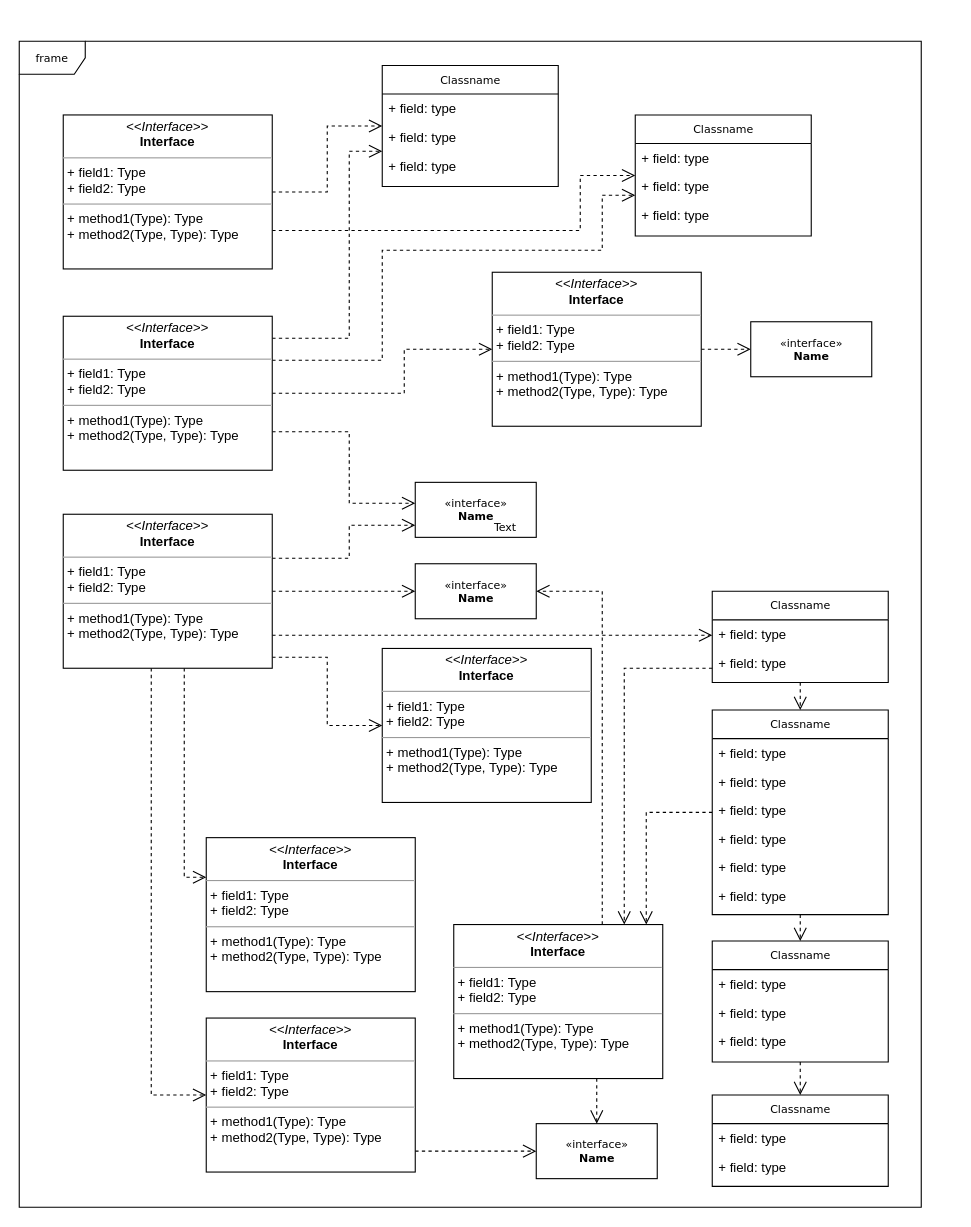
This is ResumeStorage.drawio from sasjava/basejava, a draw.io file, before an edit. Source tidied: cells renumbered, new cells numbered last; positions are measured from the earlier drawing's top-left corner, leaving out a move shared by most shapes. Both pictures are drawn from the tidied source at 110%, with x=0, y=0 at pixel (19, 41).
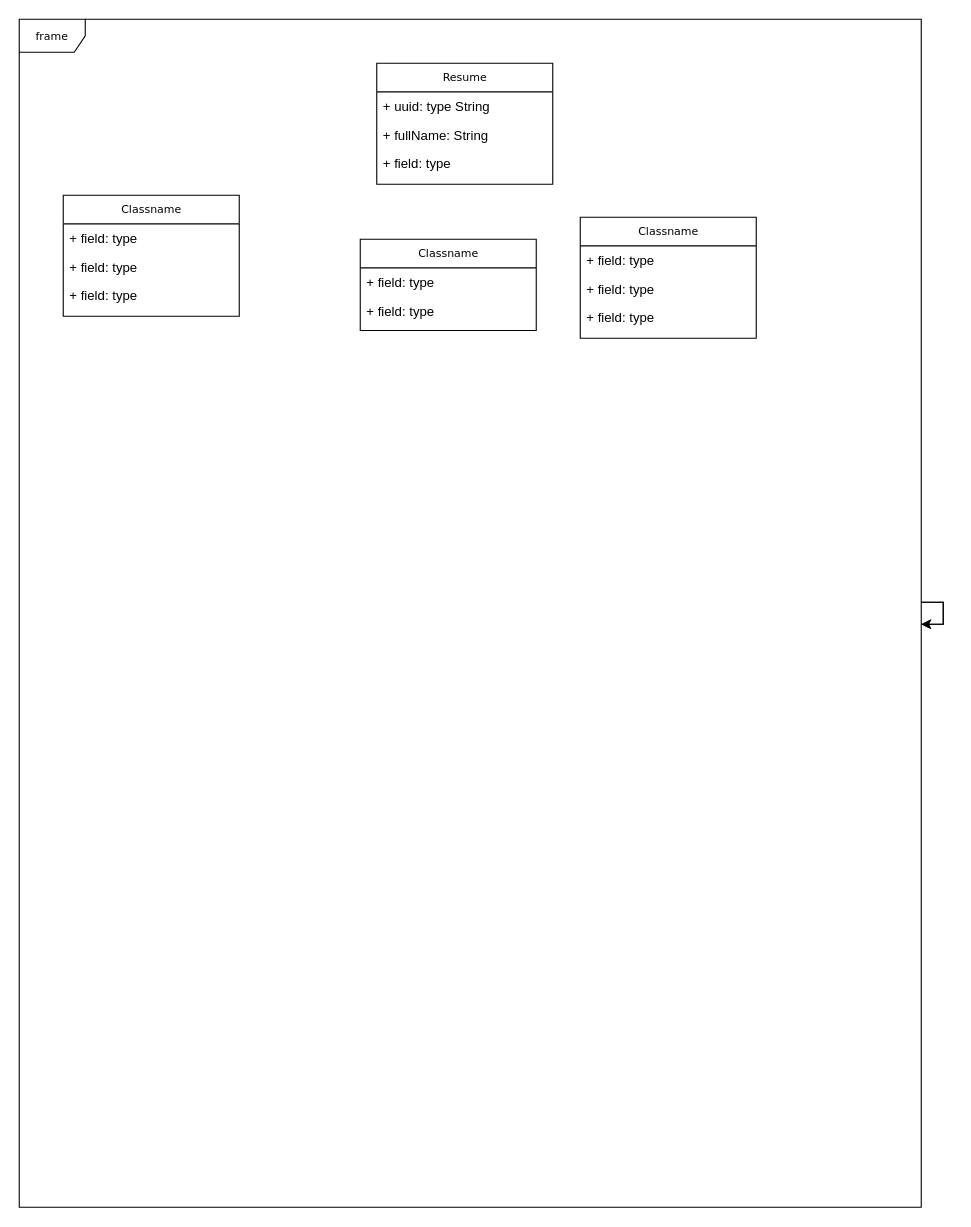
The same diagram, later.

The edit, as a diff of the source:
```diff
@@
     <mxCell id="2" value="frame" style="shape=umlFrame;whiteSpace=wrap;html=1;rounded=0;shadow=0;comic=0;labelBackgroundColor=none;strokeWidth=1;fontFamily=Verdana;fontSize=10;align=center;" parent="1" vertex="1">
-      <mxGeometry width="820" height="1060" as="geometry" />
+      <mxGeometry y="-20" width="820" height="1080" as="geometry" />
     </mxCell>
-    <mxCell id="3" style="edgeStyle=orthogonalEdgeStyle;rounded=0;html=1;dashed=1;labelBackgroundColor=none;startFill=0;endArrow=open;endFill=0;endSize=10;fontFamily=Verdana;fontSize=10;" parent="1" edge="1" source="5" target="35">
-      <mxGeometry relative="1" as="geometry">
-        <Array as="points">
-          <mxPoint x="570" y="701" />
-        </Array>
-      </mxGeometry>
-    </mxCell>
-    <mxCell id="4" style="edgeStyle=orthogonalEdgeStyle;rounded=0;html=1;dashed=1;labelBackgroundColor=none;startFill=0;endArrow=open;endFill=0;endSize=10;fontFamily=Verdana;fontSize=10;" parent="1" edge="1" source="5" target="24">
-      <mxGeometry relative="1" as="geometry" />
-    </mxCell>
-    <mxCell id="5" value="Classname" style="swimlane;html=1;fontStyle=0;horizontal=1;startSize=26;fillColor=none;swimlaneFillColor=#ffffff;rounded=0;shadow=0;comic=0;labelBackgroundColor=none;strokeWidth=1;fontFamily=Verdana;fontSize=10;align=center;" parent="1" vertex="1">
-      <mxGeometry x="630" y="608" width="160" height="186" as="geometry" />
-    </mxCell>
-    <mxCell id="6" value="+ field: type" style="text;html=1;strokeColor=none;fillColor=none;align=left;verticalAlign=top;spacingLeft=4;spacingRight=4;whiteSpace=wrap;overflow=hidden;" parent="5" vertex="1">
-      <mxGeometry y="26" width="160" height="26" as="geometry" />
-    </mxCell>
-    <mxCell id="7" value="+ field: type" style="text;html=1;strokeColor=none;fillColor=none;align=left;verticalAlign=top;spacingLeft=4;spacingRight=4;whiteSpace=wrap;overflow=hidden;" parent="5" vertex="1">
-      <mxGeometry y="52" width="160" height="26" as="geometry" />
-    </mxCell>
-    <mxCell id="8" value="+ field: type" style="text;html=1;strokeColor=none;fillColor=none;align=left;verticalAlign=top;spacingLeft=4;spacingRight=4;whiteSpace=wrap;overflow=hidden;" parent="5" vertex="1">
-      <mxGeometry y="78" width="160" height="26" as="geometry" />
-    </mxCell>
-    <mxCell id="9" value="+ field: type" style="text;html=1;strokeColor=none;fillColor=none;align=left;verticalAlign=top;spacingLeft=4;spacingRight=4;whiteSpace=wrap;overflow=hidden;" parent="5" vertex="1">
-      <mxGeometry y="104" width="160" height="26" as="geometry" />
-    </mxCell>
-    <mxCell id="10" value="+ field: type" style="text;html=1;strokeColor=none;fillColor=none;align=left;verticalAlign=top;spacingLeft=4;spacingRight=4;whiteSpace=wrap;overflow=hidden;" parent="5" vertex="1">
-      <mxGeometry y="130" width="160" height="26" as="geometry" />
-    </mxCell>
-    <mxCell id="11" value="+ field: type" style="text;html=1;strokeColor=none;fillColor=none;align=left;verticalAlign=top;spacingLeft=4;spacingRight=4;whiteSpace=wrap;overflow=hidden;" parent="5" vertex="1">
-      <mxGeometry y="156" width="160" height="26" as="geometry" />
-    </mxCell>
-    <mxCell id="12" value="Classname" style="swimlane;html=1;fontStyle=0;horizontal=1;startSize=26;fillColor=none;swimlaneFillColor=#ffffff;rounded=0;shadow=0;comic=0;labelBackgroundColor=none;strokeWidth=1;fontFamily=Verdana;fontSize=10;align=center;" parent="1" vertex="1">
-      <mxGeometry x="330" y="22" width="160" height="110" as="geometry" />
+    <mxCell id="12" value="Resume" style="swimlane;html=1;fontStyle=0;horizontal=1;startSize=26;fillColor=none;swimlaneFillColor=#ffffff;rounded=0;shadow=0;comic=0;labelBackgroundColor=none;strokeWidth=1;fontFamily=Verdana;fontSize=10;align=center;" parent="1" vertex="1">
+      <mxGeometry x="325" y="20" width="160" height="110" as="geometry" />
     </mxCell>
-    <mxCell id="13" value="+ field: type" style="text;html=1;strokeColor=none;fillColor=none;align=left;verticalAlign=top;spacingLeft=4;spacingRight=4;whiteSpace=wrap;overflow=hidden;" parent="12" vertex="1">
+    <mxCell id="13" value="+ uuid: type String" style="text;html=1;strokeColor=none;fillColor=none;align=left;verticalAlign=top;spacingLeft=4;spacingRight=4;whiteSpace=wrap;overflow=hidden;" parent="12" vertex="1">
       <mxGeometry y="26" width="160" height="26" as="geometry" />
     </mxCell>
-    <mxCell id="14" value="+ field: type" style="text;html=1;strokeColor=none;fillColor=none;align=left;verticalAlign=top;spacingLeft=4;spacingRight=4;whiteSpace=wrap;overflow=hidden;" parent="12" vertex="1">
+    <mxCell id="14" value="+ fullName: String" style="text;html=1;strokeColor=none;fillColor=none;align=left;verticalAlign=top;spacingLeft=4;spacingRight=4;whiteSpace=wrap;overflow=hidden;" parent="12" vertex="1">
       <mxGeometry y="52" width="160" height="26" as="geometry" />
     </mxCell>
@@
     <mxCell id="16" value="Classname" style="swimlane;html=1;fontStyle=0;horizontal=1;startSize=26;fillColor=none;swimlaneFillColor=#ffffff;rounded=0;shadow=0;comic=0;labelBackgroundColor=none;strokeWidth=1;fontFamily=Verdana;fontSize=10;align=center;" parent="1" vertex="1">
-      <mxGeometry x="560" y="67" width="160" height="110" as="geometry" />
+      <mxGeometry x="40" y="140" width="160" height="110" as="geometry" />
     </mxCell>
@@
-    <mxCell id="20" value="Classname" style="swimlane;html=1;fontStyle=0;horizontal=1;startSize=26;fillColor=none;swimlaneFillColor=#ffffff;rounded=0;shadow=0;comic=0;labelBackgroundColor=none;strokeWidth=1;fontFamily=Verdana;fontSize=10;align=center;" parent="1" vertex="1">
-      <mxGeometry x="630" y="958" width="160" height="83" as="geometry" />
-    </mxCell>
-    <mxCell id="21" value="+ field: type" style="text;html=1;strokeColor=none;fillColor=none;align=left;verticalAlign=top;spacingLeft=4;spacingRight=4;whiteSpace=wrap;overflow=hidden;" parent="20" vertex="1">
-      <mxGeometry y="26" width="160" height="26" as="geometry" />
-    </mxCell>
-    <mxCell id="22" value="+ field: type" style="text;html=1;strokeColor=none;fillColor=none;align=left;verticalAlign=top;spacingLeft=4;spacingRight=4;whiteSpace=wrap;overflow=hidden;" parent="20" vertex="1">
-      <mxGeometry y="52" width="160" height="26" as="geometry" />
-    </mxCell>
-    <mxCell id="23" style="edgeStyle=orthogonalEdgeStyle;rounded=0;html=1;dashed=1;labelBackgroundColor=none;startFill=0;endArrow=open;endFill=0;endSize=10;fontFamily=Verdana;fontSize=10;" parent="1" edge="1" source="24" target="20">
-      <mxGeometry relative="1" as="geometry" />
-    </mxCell>
     <mxCell id="24" value="Classname" style="swimlane;html=1;fontStyle=0;horizontal=1;startSize=26;fillColor=none;swimlaneFillColor=#ffffff;rounded=0;shadow=0;comic=0;labelBackgroundColor=none;strokeWidth=1;fontFamily=Verdana;fontSize=10;align=center;" parent="1" vertex="1">
-      <mxGeometry x="630" y="818" width="160" height="110" as="geometry" />
+      <mxGeometry x="510" y="160" width="160" height="110" as="geometry" />
     </mxCell>
@@
-    <mxCell id="28" style="edgeStyle=orthogonalEdgeStyle;rounded=0;html=1;dashed=1;labelBackgroundColor=none;startFill=0;endArrow=open;endFill=0;endSize=10;fontFamily=Verdana;fontSize=10;" parent="1" edge="1" source="29" target="5">
-      <mxGeometry relative="1" as="geometry" />
-    </mxCell>
     <mxCell id="29" value="Classname" style="swimlane;html=1;fontStyle=0;horizontal=1;startSize=26;fillColor=none;swimlaneFillColor=#ffffff;rounded=0;shadow=0;comic=0;labelBackgroundColor=none;strokeWidth=1;fontFamily=Verdana;fontSize=10;align=center;" parent="1" vertex="1">
-      <mxGeometry x="630" y="500" width="160" height="83" as="geometry" />
+      <mxGeometry x="310" y="180" width="160" height="83" as="geometry" />
     </mxCell>
@@
-    <mxCell id="32" value="&amp;laquo;interface&amp;raquo;&lt;br&gt;&lt;b&gt;Name&lt;/b&gt;" style="html=1;rounded=0;shadow=0;comic=0;labelBackgroundColor=none;strokeWidth=1;fontFamily=Verdana;fontSize=10;align=center;" parent="1" vertex="1">
-      <mxGeometry x="470" y="984" width="110" height="50" as="geometry" />
-    </mxCell>
-    <mxCell id="33" style="edgeStyle=orthogonalEdgeStyle;rounded=0;html=1;dashed=1;labelBackgroundColor=none;startFill=0;endArrow=open;endFill=0;endSize=10;fontFamily=Verdana;fontSize=10;" parent="1" edge="1" source="35" target="32">
-      <mxGeometry relative="1" as="geometry">
-        <Array as="points">
-          <mxPoint x="525" y="950" />
-          <mxPoint x="525" y="950" />
-        </Array>
-      </mxGeometry>
-    </mxCell>
-    <mxCell id="34" style="edgeStyle=orthogonalEdgeStyle;rounded=0;html=1;dashed=1;labelBackgroundColor=none;startFill=0;endArrow=open;endFill=0;endSize=10;fontFamily=Verdana;fontSize=10;" parent="1" edge="1" source="35" target="40">
-      <mxGeometry relative="1" as="geometry">
-        <Array as="points">
-          <mxPoint x="530" y="500" />
-        </Array>
-      </mxGeometry>
-    </mxCell>
-    <mxCell id="35" value="&lt;p style=&quot;margin:0px;margin-top:4px;text-align:center;&quot;&gt;&lt;i&gt;&amp;lt;&amp;lt;Interface&amp;gt;&amp;gt;&lt;/i&gt;&lt;br/&gt;&lt;b&gt;Interface&lt;/b&gt;&lt;/p&gt;&lt;hr size=&quot;1&quot;/&gt;&lt;p style=&quot;margin:0px;margin-left:4px;&quot;&gt;+ field1: Type&lt;br/&gt;+ field2: Type&lt;/p&gt;&lt;hr size=&quot;1&quot;/&gt;&lt;p style=&quot;margin:0px;margin-left:4px;&quot;&gt;+ method1(Type): Type&lt;br/&gt;+ method2(Type, Type): Type&lt;/p&gt;" style="verticalAlign=top;align=left;overflow=fill;fontSize=12;fontFamily=Helvetica;html=1;rounded=0;shadow=0;comic=0;labelBackgroundColor=none;strokeWidth=1;" parent="1" vertex="1">
-      <mxGeometry x="395" y="803" width="190" height="140" as="geometry" />
-    </mxCell>
-    <mxCell id="36" value="&lt;p style=&quot;margin:0px;margin-top:4px;text-align:center;&quot;&gt;&lt;i&gt;&amp;lt;&amp;lt;Interface&amp;gt;&amp;gt;&lt;/i&gt;&lt;br/&gt;&lt;b&gt;Interface&lt;/b&gt;&lt;/p&gt;&lt;hr size=&quot;1&quot;/&gt;&lt;p style=&quot;margin:0px;margin-left:4px;&quot;&gt;+ field1: Type&lt;br/&gt;+ field2: Type&lt;/p&gt;&lt;hr size=&quot;1&quot;/&gt;&lt;p style=&quot;margin:0px;margin-left:4px;&quot;&gt;+ method1(Type): Type&lt;br/&gt;+ method2(Type, Type): Type&lt;/p&gt;" style="verticalAlign=top;align=left;overflow=fill;fontSize=12;fontFamily=Helvetica;html=1;rounded=0;shadow=0;comic=0;labelBackgroundColor=none;strokeWidth=1;" parent="1" vertex="1">
-      <mxGeometry x="330" y="552" width="190" height="140" as="geometry" />
-    </mxCell>
-    <mxCell id="37" style="edgeStyle=orthogonalEdgeStyle;rounded=0;html=1;dashed=1;labelBackgroundColor=none;startFill=0;endArrow=open;endFill=0;endSize=10;fontFamily=Verdana;fontSize=10;" parent="1" edge="1" source="38" target="32">
-      <mxGeometry relative="1" as="geometry">
-        <Array as="points">
-          <mxPoint x="390" y="1009" />
-          <mxPoint x="390" y="1009" />
-        </Array>
-      </mxGeometry>
-    </mxCell>
-    <mxCell id="38" value="&lt;p style=&quot;margin:0px;margin-top:4px;text-align:center;&quot;&gt;&lt;i&gt;&amp;lt;&amp;lt;Interface&amp;gt;&amp;gt;&lt;/i&gt;&lt;br/&gt;&lt;b&gt;Interface&lt;/b&gt;&lt;/p&gt;&lt;hr size=&quot;1&quot;/&gt;&lt;p style=&quot;margin:0px;margin-left:4px;&quot;&gt;+ field1: Type&lt;br/&gt;+ field2: Type&lt;/p&gt;&lt;hr size=&quot;1&quot;/&gt;&lt;p style=&quot;margin:0px;margin-left:4px;&quot;&gt;+ method1(Type): Type&lt;br/&gt;+ method2(Type, Type): Type&lt;/p&gt;" style="verticalAlign=top;align=left;overflow=fill;fontSize=12;fontFamily=Helvetica;html=1;rounded=0;shadow=0;comic=0;labelBackgroundColor=none;strokeWidth=1;" parent="1" vertex="1">
-      <mxGeometry x="170" y="888" width="190" height="140" as="geometry" />
-    </mxCell>
-    <mxCell id="39" value="&lt;p style=&quot;margin:0px;margin-top:4px;text-align:center;&quot;&gt;&lt;i&gt;&amp;lt;&amp;lt;Interface&amp;gt;&amp;gt;&lt;/i&gt;&lt;br/&gt;&lt;b&gt;Interface&lt;/b&gt;&lt;/p&gt;&lt;hr size=&quot;1&quot;/&gt;&lt;p style=&quot;margin:0px;margin-left:4px;&quot;&gt;+ field1: Type&lt;br/&gt;+ field2: Type&lt;/p&gt;&lt;hr size=&quot;1&quot;/&gt;&lt;p style=&quot;margin:0px;margin-left:4px;&quot;&gt;+ method1(Type): Type&lt;br/&gt;+ method2(Type, Type): Type&lt;/p&gt;" style="verticalAlign=top;align=left;overflow=fill;fontSize=12;fontFamily=Helvetica;html=1;rounded=0;shadow=0;comic=0;labelBackgroundColor=none;strokeWidth=1;" parent="1" vertex="1">
-      <mxGeometry x="170" y="724" width="190" height="140" as="geometry" />
-    </mxCell>
-    <mxCell id="40" value="&amp;laquo;interface&amp;raquo;&lt;br&gt;&lt;b&gt;Name&lt;/b&gt;" style="html=1;rounded=0;shadow=0;comic=0;labelBackgroundColor=none;strokeWidth=1;fontFamily=Verdana;fontSize=10;align=center;" parent="1" vertex="1">
-      <mxGeometry x="360" y="475" width="110" height="50" as="geometry" />
-    </mxCell>
-    <mxCell id="41" value="&amp;laquo;interface&amp;raquo;&lt;br&gt;&lt;b&gt;Name&lt;/b&gt;" style="html=1;rounded=0;shadow=0;comic=0;labelBackgroundColor=none;strokeWidth=1;fontFamily=Verdana;fontSize=10;align=center;" parent="1" vertex="1">
-      <mxGeometry x="360" y="401" width="110" height="50" as="geometry" />
-    </mxCell>
-    <mxCell id="42" style="edgeStyle=orthogonalEdgeStyle;rounded=0;html=1;dashed=1;labelBackgroundColor=none;startFill=0;endArrow=open;endFill=0;endSize=10;fontFamily=Verdana;fontSize=10;" parent="1" edge="1" source="43" target="45">
-      <mxGeometry relative="1" as="geometry" />
-    </mxCell>
-    <mxCell id="43" value="&lt;p style=&quot;margin:0px;margin-top:4px;text-align:center;&quot;&gt;&lt;i&gt;&amp;lt;&amp;lt;Interface&amp;gt;&amp;gt;&lt;/i&gt;&lt;br/&gt;&lt;b&gt;Interface&lt;/b&gt;&lt;/p&gt;&lt;hr size=&quot;1&quot;/&gt;&lt;p style=&quot;margin:0px;margin-left:4px;&quot;&gt;+ field1: Type&lt;br/&gt;+ field2: Type&lt;/p&gt;&lt;hr size=&quot;1&quot;/&gt;&lt;p style=&quot;margin:0px;margin-left:4px;&quot;&gt;+ method1(Type): Type&lt;br/&gt;+ method2(Type, Type): Type&lt;/p&gt;" style="verticalAlign=top;align=left;overflow=fill;fontSize=12;fontFamily=Helvetica;html=1;rounded=0;shadow=0;comic=0;labelBackgroundColor=none;strokeWidth=1;" parent="1" vertex="1">
-      <mxGeometry x="430" y="210" width="190" height="140" as="geometry" />
-    </mxCell>
-    <mxCell id="44" value="Text" style="text;html=1;align=left;verticalAlign=top;spacingTop=-4;fontSize=10;fontFamily=Verdana;fontColor=#000000;" parent="1" vertex="1">
-      <mxGeometry x="430" y="434" width="40" height="10" as="geometry" />
-    </mxCell>
-    <mxCell id="45" value="&amp;laquo;interface&amp;raquo;&lt;br&gt;&lt;b&gt;Name&lt;/b&gt;" style="html=1;rounded=0;shadow=0;comic=0;labelBackgroundColor=none;strokeWidth=1;fontFamily=Verdana;fontSize=10;align=center;" parent="1" vertex="1">
-      <mxGeometry x="665" y="255" width="110" height="50" as="geometry" />
-    </mxCell>
-    <mxCell id="46" style="edgeStyle=orthogonalEdgeStyle;rounded=0;html=1;labelBackgroundColor=none;startFill=0;endArrow=open;endFill=0;endSize=10;fontFamily=Verdana;fontSize=10;dashed=1;" parent="1" edge="1" source="48" target="12">
-      <mxGeometry relative="1" as="geometry" />
-    </mxCell>
-    <mxCell id="47" style="edgeStyle=orthogonalEdgeStyle;rounded=0;html=1;exitX=1;exitY=0.75;dashed=1;labelBackgroundColor=none;startFill=0;endArrow=open;endFill=0;endSize=10;fontFamily=Verdana;fontSize=10;" parent="1" edge="1" source="48" target="16">
-      <mxGeometry relative="1" as="geometry">
-        <Array as="points">
-          <mxPoint x="510" y="172" />
-          <mxPoint x="510" y="122" />
-        </Array>
-      </mxGeometry>
-    </mxCell>
-    <mxCell id="48" value="&lt;p style=&quot;margin:0px;margin-top:4px;text-align:center;&quot;&gt;&lt;i&gt;&amp;lt;&amp;lt;Interface&amp;gt;&amp;gt;&lt;/i&gt;&lt;br/&gt;&lt;b&gt;Interface&lt;/b&gt;&lt;/p&gt;&lt;hr size=&quot;1&quot;/&gt;&lt;p style=&quot;margin:0px;margin-left:4px;&quot;&gt;+ field1: Type&lt;br/&gt;+ field2: Type&lt;/p&gt;&lt;hr size=&quot;1&quot;/&gt;&lt;p style=&quot;margin:0px;margin-left:4px;&quot;&gt;+ method1(Type): Type&lt;br/&gt;+ method2(Type, Type): Type&lt;/p&gt;" style="verticalAlign=top;align=left;overflow=fill;fontSize=12;fontFamily=Helvetica;html=1;rounded=0;shadow=0;comic=0;labelBackgroundColor=none;strokeWidth=1;" parent="1" vertex="1">
-      <mxGeometry x="40" y="67" width="190" height="140" as="geometry" />
-    </mxCell>
-    <mxCell id="49" style="edgeStyle=orthogonalEdgeStyle;rounded=0;html=1;dashed=1;labelBackgroundColor=none;startFill=0;endArrow=open;endFill=0;endSize=10;fontFamily=Verdana;fontSize=10;" parent="1" edge="1" source="53" target="12">
-      <mxGeometry relative="1" as="geometry">
-        <Array as="points">
-          <mxPoint x="300" y="270" />
-          <mxPoint x="300" y="100" />
-        </Array>
-      </mxGeometry>
-    </mxCell>
-    <mxCell id="50" style="edgeStyle=orthogonalEdgeStyle;rounded=0;html=1;dashed=1;labelBackgroundColor=none;startFill=0;endArrow=open;endFill=0;endSize=10;fontFamily=Verdana;fontSize=10;" parent="1" edge="1" source="53" target="16">
-      <mxGeometry relative="1" as="geometry">
-        <Array as="points">
-          <mxPoint x="330" y="290" />
-          <mxPoint x="330" y="190" />
-          <mxPoint x="530" y="190" />
-          <mxPoint x="530" y="140" />
-        </Array>
-      </mxGeometry>
-    </mxCell>
-    <mxCell id="51" style="edgeStyle=orthogonalEdgeStyle;rounded=0;html=1;dashed=1;labelBackgroundColor=none;startFill=0;endArrow=open;endFill=0;endSize=10;fontFamily=Verdana;fontSize=10;" parent="1" edge="1" source="53" target="43">
-      <mxGeometry relative="1" as="geometry">
-        <Array as="points">
-          <mxPoint x="350" y="320" />
-          <mxPoint x="350" y="280" />
-        </Array>
-      </mxGeometry>
-    </mxCell>
-    <mxCell id="52" style="edgeStyle=orthogonalEdgeStyle;rounded=0;html=1;exitX=1;exitY=0.75;dashed=1;labelBackgroundColor=none;startFill=0;endArrow=open;endFill=0;endSize=10;fontFamily=Verdana;fontSize=10;" parent="1" edge="1" source="53" target="41">
-      <mxGeometry relative="1" as="geometry">
-        <Array as="points">
-          <mxPoint x="300" y="355" />
-          <mxPoint x="300" y="420" />
-        </Array>
-      </mxGeometry>
-    </mxCell>
-    <mxCell id="53" value="&lt;p style=&quot;margin:0px;margin-top:4px;text-align:center;&quot;&gt;&lt;i&gt;&amp;lt;&amp;lt;Interface&amp;gt;&amp;gt;&lt;/i&gt;&lt;br/&gt;&lt;b&gt;Interface&lt;/b&gt;&lt;/p&gt;&lt;hr size=&quot;1&quot;/&gt;&lt;p style=&quot;margin:0px;margin-left:4px;&quot;&gt;+ field1: Type&lt;br/&gt;+ field2: Type&lt;/p&gt;&lt;hr size=&quot;1&quot;/&gt;&lt;p style=&quot;margin:0px;margin-left:4px;&quot;&gt;+ method1(Type): Type&lt;br/&gt;+ method2(Type, Type): Type&lt;/p&gt;" style="verticalAlign=top;align=left;overflow=fill;fontSize=12;fontFamily=Helvetica;html=1;rounded=0;shadow=0;comic=0;labelBackgroundColor=none;strokeWidth=1;" parent="1" vertex="1">
-      <mxGeometry x="40" y="250" width="190" height="140" as="geometry" />
-    </mxCell>
-    <mxCell id="54" style="edgeStyle=orthogonalEdgeStyle;rounded=0;html=1;dashed=1;labelBackgroundColor=none;startFill=0;endArrow=open;endFill=0;endSize=10;fontFamily=Verdana;fontSize=10;" parent="1" edge="1" source="60" target="41">
-      <mxGeometry relative="1" as="geometry">
-        <Array as="points">
-          <mxPoint x="300" y="470" />
-          <mxPoint x="300" y="440" />
-        </Array>
-      </mxGeometry>
-    </mxCell>
-    <mxCell id="55" style="edgeStyle=orthogonalEdgeStyle;rounded=0;html=1;dashed=1;labelBackgroundColor=none;startFill=0;endArrow=open;endFill=0;endSize=10;fontFamily=Verdana;fontSize=10;" parent="1" edge="1" source="60" target="40">
-      <mxGeometry relative="1" as="geometry" />
-    </mxCell>
-    <mxCell id="56" style="edgeStyle=orthogonalEdgeStyle;rounded=0;html=1;dashed=1;labelBackgroundColor=none;startFill=0;endArrow=open;endFill=0;endSize=10;fontFamily=Verdana;fontSize=10;" parent="1" edge="1" source="60" target="36">
-      <mxGeometry relative="1" as="geometry">
-        <Array as="points">
-          <mxPoint x="280" y="560" />
-          <mxPoint x="280" y="622" />
-        </Array>
-      </mxGeometry>
-    </mxCell>
-    <mxCell id="57" style="edgeStyle=orthogonalEdgeStyle;rounded=0;html=1;dashed=1;labelBackgroundColor=none;startFill=0;endArrow=open;endFill=0;endSize=10;fontFamily=Verdana;fontSize=10;" parent="1" edge="1" source="60" target="29">
-      <mxGeometry relative="1" as="geometry">
-        <Array as="points">
-          <mxPoint x="330" y="540" />
-          <mxPoint x="330" y="540" />
-        </Array>
-      </mxGeometry>
-    </mxCell>
-    <mxCell id="58" style="edgeStyle=orthogonalEdgeStyle;rounded=0;html=1;dashed=1;labelBackgroundColor=none;startFill=0;endArrow=open;endFill=0;endSize=10;fontFamily=Verdana;fontSize=10;" parent="1" edge="1" source="60" target="39">
-      <mxGeometry relative="1" as="geometry">
-        <Array as="points">
-          <mxPoint x="150" y="760" />
-        </Array>
-      </mxGeometry>
-    </mxCell>
-    <mxCell id="59" style="edgeStyle=orthogonalEdgeStyle;rounded=0;html=1;dashed=1;labelBackgroundColor=none;startFill=0;endArrow=open;endFill=0;endSize=10;fontFamily=Verdana;fontSize=10;" parent="1" edge="1" source="60" target="38">
-      <mxGeometry relative="1" as="geometry">
-        <Array as="points">
-          <mxPoint x="120" y="958" />
-        </Array>
-      </mxGeometry>
-    </mxCell>
-    <mxCell id="60" value="&lt;p style=&quot;margin:0px;margin-top:4px;text-align:center;&quot;&gt;&lt;i&gt;&amp;lt;&amp;lt;Interface&amp;gt;&amp;gt;&lt;/i&gt;&lt;br/&gt;&lt;b&gt;Interface&lt;/b&gt;&lt;/p&gt;&lt;hr size=&quot;1&quot;/&gt;&lt;p style=&quot;margin:0px;margin-left:4px;&quot;&gt;+ field1: Type&lt;br/&gt;+ field2: Type&lt;/p&gt;&lt;hr size=&quot;1&quot;/&gt;&lt;p style=&quot;margin:0px;margin-left:4px;&quot;&gt;+ method1(Type): Type&lt;br/&gt;+ method2(Type, Type): Type&lt;/p&gt;" style="verticalAlign=top;align=left;overflow=fill;fontSize=12;fontFamily=Helvetica;html=1;rounded=0;shadow=0;comic=0;labelBackgroundColor=none;strokeWidth=1;" parent="1" vertex="1">
-      <mxGeometry x="40" y="430" width="190" height="140" as="geometry" />
-    </mxCell>
-    <mxCell id="61" style="edgeStyle=orthogonalEdgeStyle;rounded=0;html=1;dashed=1;labelBackgroundColor=none;startFill=0;endArrow=open;endFill=0;endSize=10;fontFamily=Verdana;fontSize=10;" parent="1" edge="1" source="29" target="35">
-      <mxGeometry relative="1" as="geometry">
-        <Array as="points">
-          <mxPoint x="550" y="570" />
-        </Array>
-      </mxGeometry>
-    </mxCell>
+    <mxCell id="62" style="edgeStyle=orthogonalEdgeStyle;rounded=0;orthogonalLoop=1;jettySize=auto;html=1;" parent="1" edge="1" source="2" target="2">
+      <mxGeometry relative="1" as="geometry" />
+    </mxCell>
+    <mxCell id="63" style="edgeStyle=orthogonalEdgeStyle;rounded=0;orthogonalLoop=1;jettySize=auto;html=1;" parent="1" edge="1" source="2" target="2">
+      <mxGeometry relative="1" as="geometry" />
+    </mxCell>
```
